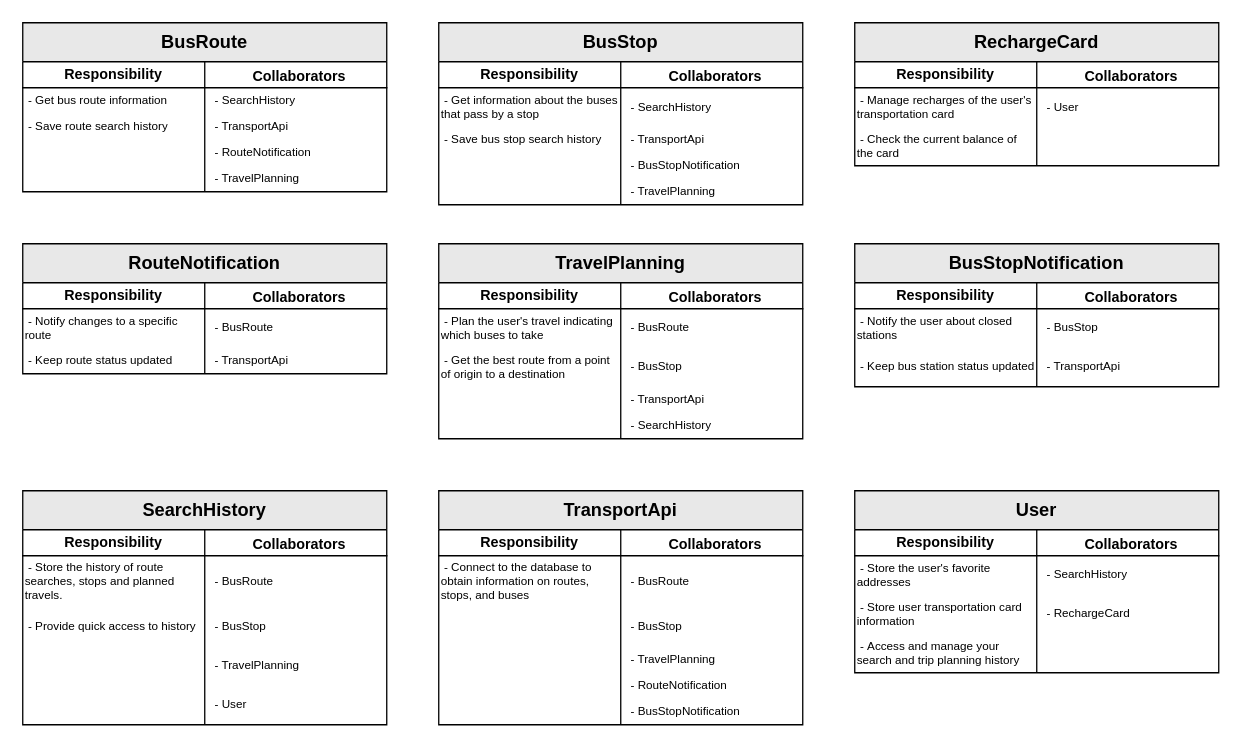
Earlier version of the draw.io diagram page "CRC" (1 of 3) of diagrams.drawio (ProyectoFinalSoftwareModeling/SmartCommute). Source tidied: cells renumbered, new cells numbered last; positions are measured from the earlier drawing's top-left corner, leaving out a move shared by most shapes. Both pictures are drawn from the tidied source at 130%, with x=0, y=0 at pixel (22, 22).
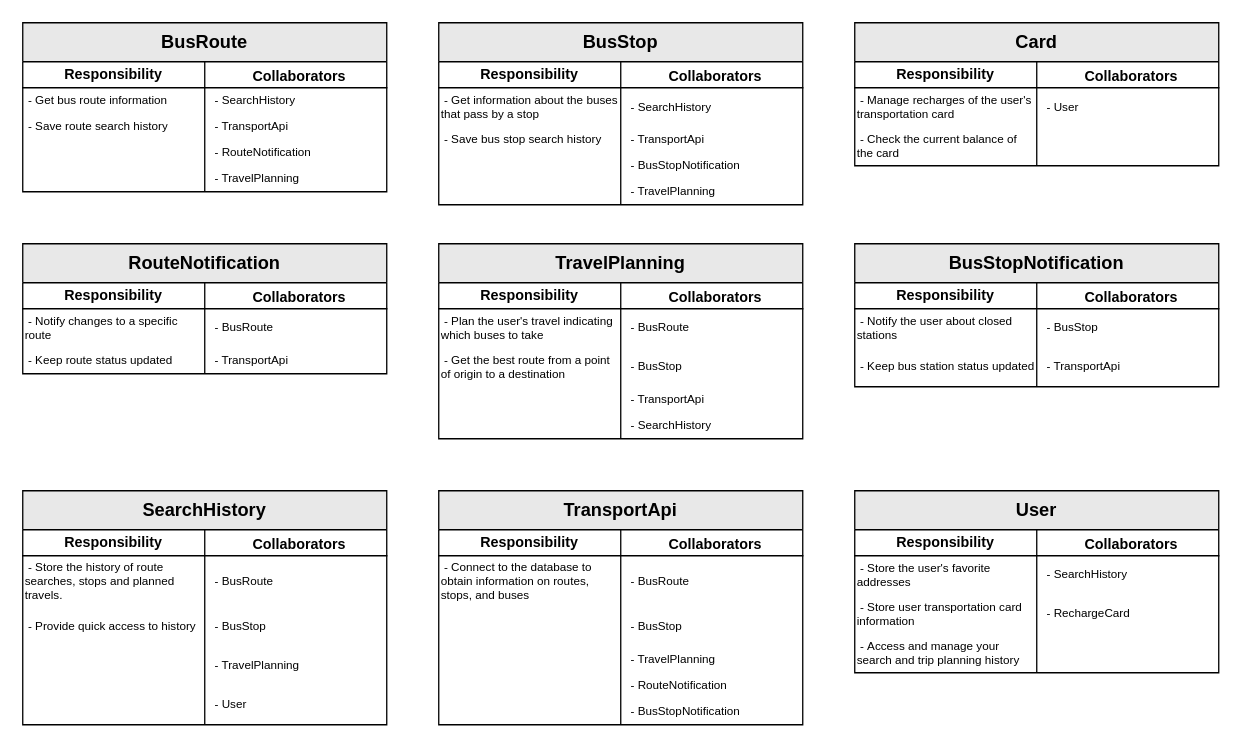
The same page after the edit.

Commit message (it also covers changes not shown here):
RechargeCard was modified to Card

The edit, as a diff of the source:
```diff
@@
-    <mxCell id="95" value="&lt;span style=&quot;text-wrap: nowrap;&quot;&gt;&lt;font style=&quot;font-size: 14px;&quot;&gt;RechargeCard&lt;/font&gt;&lt;/span&gt;" style="shape=table;startSize=30;childLayout=tableLayout;rowLines=0;fontStyle=1;align=center;html=1;whiteSpace=wrap;swimlaneLine=1;rounded=0;shadow=0;gradientColor=none;fillStyle=auto;fillColor=#E8E8E8;" parent="1" vertex="1">
+    <mxCell id="95" value="&lt;span style=&quot;text-wrap: nowrap;&quot;&gt;&lt;font style=&quot;font-size: 14px;&quot;&gt;Card&lt;/font&gt;&lt;/span&gt;" style="shape=table;startSize=30;childLayout=tableLayout;rowLines=0;fontStyle=1;align=center;html=1;whiteSpace=wrap;swimlaneLine=1;rounded=0;shadow=0;gradientColor=none;fillStyle=auto;fillColor=#E8E8E8;" parent="1" vertex="1">
       <mxGeometry x="640" width="280" height="110" as="geometry" />
     </mxCell>
```
